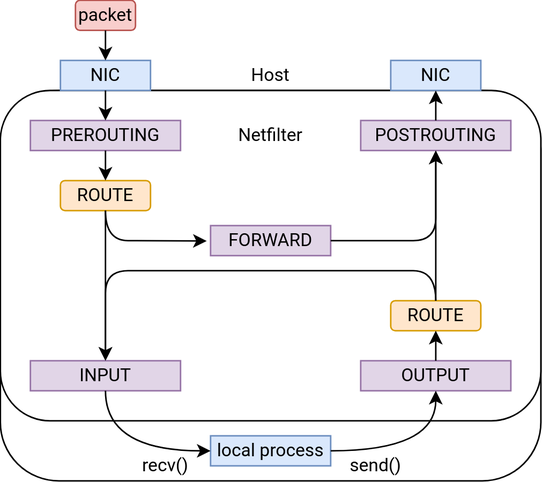
The draw.io diagram docs/images/netfilter-host-view.svg in ustclug/Linux201-docs, before a commit. Source tidied: cells renumbered, new cells last; positions are measured from the earlier drawing's top-left corner, leaving out a move shared by most shapes. Its diagram source:
```xml
<mxGraphModel>
  <root>
    <mxCell id="0" />
    <mxCell id="1" parent="0" />
    <mxCell id="2" style="rounded=1;whiteSpace=wrap;html=1;strokeColor=default;align=center;verticalAlign=middle;fontFamily=Roboto;fontSize=12;fontColor=default;fillColor=default;" parent="1" vertex="1">
      <mxGeometry y="60" width="360" height="260" as="geometry" />
    </mxCell>
    <mxCell id="3" style="rounded=1;whiteSpace=wrap;html=1;strokeColor=default;align=center;verticalAlign=middle;fontFamily=Roboto;fontSize=12;fontColor=default;fillColor=default;" parent="1" vertex="1">
      <mxGeometry y="60" width="360" height="220" as="geometry" />
    </mxCell>
    <mxCell id="4" value="PREROUTING" style="rounded=0;whiteSpace=wrap;html=1;fontFamily=Roboto;fillColor=#e1d5e7;strokeColor=#9673a6;" parent="1" vertex="1">
      <mxGeometry x="20" y="80" width="100" height="20" as="geometry" />
    </mxCell>
    <mxCell id="5" value="INPUT" style="rounded=0;whiteSpace=wrap;html=1;fontFamily=Roboto;fillColor=#e1d5e7;strokeColor=#9673a6;" parent="1" vertex="1">
      <mxGeometry x="20" y="240" width="100" height="20" as="geometry" />
    </mxCell>
    <mxCell id="6" value="OUTPUT" style="rounded=0;whiteSpace=wrap;html=1;fontFamily=Roboto;fillColor=#e1d5e7;strokeColor=#9673a6;" parent="1" vertex="1">
      <mxGeometry x="240" y="240" width="100" height="20" as="geometry" />
    </mxCell>
    <mxCell id="7" value="POSTROUTING" style="rounded=0;whiteSpace=wrap;html=1;fontFamily=Roboto;fillColor=#e1d5e7;strokeColor=#9673a6;" parent="1" vertex="1">
      <mxGeometry x="240" y="80" width="100" height="20" as="geometry" />
    </mxCell>
    <mxCell id="8" value="FORWARD" style="rounded=0;whiteSpace=wrap;html=1;fontFamily=Roboto;fillColor=#e1d5e7;strokeColor=#9673a6;" parent="1" vertex="1">
      <mxGeometry x="140" y="150" width="80" height="20" as="geometry" />
    </mxCell>
    <mxCell id="9" value="ROUTE" style="rounded=1;whiteSpace=wrap;html=1;fontFamily=Roboto;fillColor=#ffe6cc;strokeColor=#d79b00;" parent="1" vertex="1">
      <mxGeometry x="40" y="120" width="60" height="20" as="geometry" />
    </mxCell>
    <mxCell id="10" value="ROUTE" style="rounded=1;whiteSpace=wrap;html=1;fontFamily=Roboto;fillColor=#ffe6cc;strokeColor=#d79b00;" parent="1" vertex="1">
      <mxGeometry x="260" y="200" width="60" height="20" as="geometry" />
    </mxCell>
    <mxCell id="11" style="endArrow=classic;html=1;rounded=0;fontFamily=Roboto;fontSize=12;fontColor=default;exitX=0.5;exitY=1;exitDx=0;exitDy=0;entryX=0.5;entryY=0;entryDx=0;entryDy=0;" parent="1" edge="1" source="4" target="9">
      <mxGeometry relative="1" as="geometry" />
    </mxCell>
    <mxCell id="12" style="endArrow=classic;html=1;rounded=0;fontFamily=Roboto;fontSize=12;fontColor=default;exitX=0.5;exitY=1;exitDx=0;exitDy=0;entryX=0.5;entryY=0;entryDx=0;entryDy=0;" parent="1" edge="1" source="9" target="5">
      <mxGeometry relative="1" as="geometry" />
    </mxCell>
    <mxCell id="13" style="endArrow=classic;html=1;rounded=0;fontFamily=Roboto;fontSize=12;fontColor=default;exitX=0.5;exitY=0;exitDx=0;exitDy=0;entryX=0.5;entryY=1;entryDx=0;entryDy=0;" parent="1" edge="1" source="6" target="10">
      <mxGeometry relative="1" as="geometry" />
    </mxCell>
    <mxCell id="14" style="endArrow=classic;html=1;rounded=0;fontFamily=Roboto;fontSize=12;fontColor=default;entryX=0.5;entryY=1;entryDx=0;entryDy=0;exitX=0.5;exitY=0;exitDx=0;exitDy=0;" parent="1" edge="1" source="10" target="7">
      <mxGeometry relative="1" as="geometry" />
    </mxCell>
    <mxCell id="15" style="curved=1;endArrow=classic;html=1;rounded=0;fontFamily=Roboto;fontSize=12;fontColor=default;exitX=0.5;exitY=1;exitDx=0;exitDy=0;entryX=-0.032;entryY=0.513;entryDx=0;entryDy=0;entryPerimeter=0;" parent="1" edge="1" source="9" target="8">
      <mxGeometry relative="1" as="geometry">
        <Array as="points">
          <mxPoint x="70" y="160" />
          <mxPoint x="100" y="160" />
        </Array>
      </mxGeometry>
    </mxCell>
    <mxCell id="16" style="curved=1;endArrow=classic;html=1;rounded=0;fontFamily=Roboto;fontSize=12;fontColor=default;exitX=1;exitY=0.5;exitDx=0;exitDy=0;entryX=0.5;entryY=1;entryDx=0;entryDy=0;" parent="1" edge="1" source="8" target="7">
      <mxGeometry relative="1" as="geometry">
        <Array as="points">
          <mxPoint x="260" y="160" />
          <mxPoint x="290" y="160" />
          <mxPoint x="290" y="130" />
        </Array>
      </mxGeometry>
    </mxCell>
    <mxCell id="17" value="local process" style="rounded=0;whiteSpace=wrap;html=1;strokeColor=#6c8ebf;align=center;verticalAlign=middle;fontFamily=Roboto;fontSize=12;fillColor=#dae8fc;" parent="1" vertex="1">
      <mxGeometry x="140" y="290" width="80" height="20" as="geometry" />
    </mxCell>
    <mxCell id="18" style="curved=1;endArrow=classic;html=1;rounded=0;fontFamily=Roboto;fontSize=12;fontColor=default;entryX=0;entryY=0.5;entryDx=0;entryDy=0;exitX=0.5;exitY=1;exitDx=0;exitDy=0;" parent="1" edge="1" source="5" target="17">
      <mxGeometry relative="1" as="geometry">
        <Array as="points">
          <mxPoint x="70" y="300" />
        </Array>
      </mxGeometry>
    </mxCell>
    <mxCell id="19" style="curved=1;endArrow=classic;html=1;rounded=0;fontFamily=Roboto;fontSize=12;fontColor=default;exitX=1;exitY=0.5;exitDx=0;exitDy=0;entryX=0.5;entryY=1;entryDx=0;entryDy=0;" parent="1" edge="1" source="17" target="6">
      <mxGeometry relative="1" as="geometry">
        <Array as="points">
          <mxPoint x="290" y="300" />
        </Array>
      </mxGeometry>
    </mxCell>
    <mxCell id="20" value="send()" style="text;html=1;whiteSpace=wrap;strokeColor=none;fillColor=none;align=center;verticalAlign=middle;rounded=0;fontFamily=Roboto;fontSize=12;fontColor=default;" parent="1" vertex="1">
      <mxGeometry x="230" y="300" width="40" height="20" as="geometry" />
    </mxCell>
    <mxCell id="21" value="recv()" style="text;html=1;whiteSpace=wrap;strokeColor=none;fillColor=none;align=center;verticalAlign=middle;rounded=0;fontFamily=Roboto;fontSize=12;fontColor=default;" parent="1" vertex="1">
      <mxGeometry x="90" y="300" width="40" height="20" as="geometry" />
    </mxCell>
    <mxCell id="22" value="packet" style="rounded=1;whiteSpace=wrap;html=1;strokeColor=#b85450;align=center;verticalAlign=middle;fontFamily=Roboto;fontSize=12;fillColor=#f8cecc;" parent="1" vertex="1">
      <mxGeometry x="50" width="40" height="20" as="geometry" />
    </mxCell>
    <mxCell id="23" value="NIC" style="rounded=0;whiteSpace=wrap;html=1;strokeColor=#6c8ebf;align=center;verticalAlign=middle;fontFamily=Roboto;fontSize=12;fillColor=#dae8fc;" parent="1" vertex="1">
      <mxGeometry x="40" y="40" width="60" height="20" as="geometry" />
    </mxCell>
    <mxCell id="24" value="NIC" style="rounded=0;whiteSpace=wrap;html=1;strokeColor=#6c8ebf;align=center;verticalAlign=middle;fontFamily=Roboto;fontSize=12;fillColor=#dae8fc;" parent="1" vertex="1">
      <mxGeometry x="260" y="40" width="60" height="20" as="geometry" />
    </mxCell>
    <mxCell id="25" style="endArrow=classic;html=1;rounded=0;fontFamily=Roboto;fontSize=12;fontColor=default;exitX=0.5;exitY=1;exitDx=0;exitDy=0;entryX=0.5;entryY=0;entryDx=0;entryDy=0;" parent="1" edge="1" source="23" target="4">
      <mxGeometry relative="1" as="geometry" />
    </mxCell>
    <mxCell id="26" style="endArrow=classic;html=1;rounded=0;fontFamily=Roboto;fontSize=12;fontColor=default;exitX=0.5;exitY=0;exitDx=0;exitDy=0;entryX=0.5;entryY=1;entryDx=0;entryDy=0;" parent="1" edge="1" source="7" target="24">
      <mxGeometry relative="1" as="geometry" />
    </mxCell>
    <mxCell id="27" style="endArrow=classic;html=1;rounded=0;fontFamily=Roboto;fontSize=12;fontColor=default;exitX=0.5;exitY=1;exitDx=0;exitDy=0;entryX=0.5;entryY=0;entryDx=0;entryDy=0;" parent="1" edge="1" source="22" target="23">
      <mxGeometry relative="1" as="geometry" />
    </mxCell>
    <mxCell id="28" value="Netfilter" style="text;html=1;whiteSpace=wrap;strokeColor=none;fillColor=none;align=center;verticalAlign=middle;rounded=0;fontFamily=Roboto;fontSize=12;fontColor=default;" parent="1" vertex="1">
      <mxGeometry x="150" y="80" width="60" height="20" as="geometry" />
    </mxCell>
    <mxCell id="29" value="Host" style="text;html=1;whiteSpace=wrap;strokeColor=none;fillColor=none;align=center;verticalAlign=middle;rounded=0;fontFamily=Roboto;fontSize=12;fontColor=default;" parent="1" vertex="1">
      <mxGeometry x="150" y="40" width="60" height="20" as="geometry" />
    </mxCell>
    <mxCell id="30" style="curved=1;endArrow=classic;html=1;rounded=0;exitX=0.5;exitY=0;exitDx=0;exitDy=0;entryX=0.5;entryY=0;entryDx=0;entryDy=0;" parent="1" edge="1" source="10" target="5">
      <mxGeometry relative="1" as="geometry">
        <Array as="points">
          <mxPoint x="290" y="180" />
          <mxPoint x="260" y="180" />
          <mxPoint x="100" y="180" />
          <mxPoint x="70" y="180" />
          <mxPoint x="70" y="210" />
        </Array>
      </mxGeometry>
    </mxCell>
  </root>
</mxGraphModel>
```
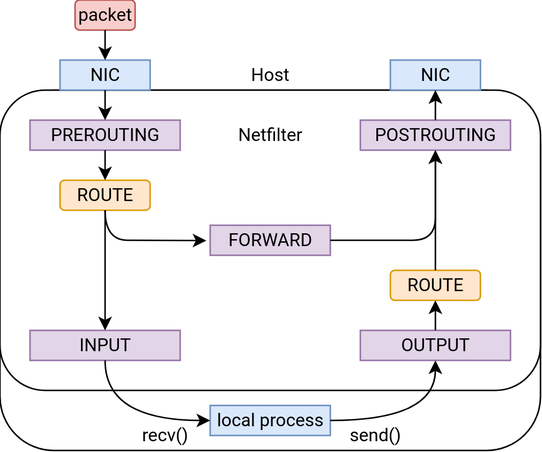
The same file after the commit.

The edit, as a diff of the source:
```diff
@@ -3,19 +3,19 @@
     <mxCell id="0" />
     <mxCell id="1" parent="0" />
     <mxCell id="2" style="rounded=1;whiteSpace=wrap;html=1;strokeColor=default;align=center;verticalAlign=middle;fontFamily=Roboto;fontSize=12;fontColor=default;fillColor=default;" parent="1" vertex="1">
-      <mxGeometry y="60" width="360" height="260" as="geometry" />
+      <mxGeometry y="60" width="360" height="240" as="geometry" />
     </mxCell>
     <mxCell id="3" style="rounded=1;whiteSpace=wrap;html=1;strokeColor=default;align=center;verticalAlign=middle;fontFamily=Roboto;fontSize=12;fontColor=default;fillColor=default;" parent="1" vertex="1">
-      <mxGeometry y="60" width="360" height="220" as="geometry" />
+      <mxGeometry y="60" width="360" height="200" as="geometry" />
     </mxCell>
     <mxCell id="4" value="PREROUTING" style="rounded=0;whiteSpace=wrap;html=1;fontFamily=Roboto;fillColor=#e1d5e7;strokeColor=#9673a6;" parent="1" vertex="1">
       <mxGeometry x="20" y="80" width="100" height="20" as="geometry" />
     </mxCell>
     <mxCell id="5" value="INPUT" style="rounded=0;whiteSpace=wrap;html=1;fontFamily=Roboto;fillColor=#e1d5e7;strokeColor=#9673a6;" parent="1" vertex="1">
-      <mxGeometry x="20" y="240" width="100" height="20" as="geometry" />
+      <mxGeometry x="20" y="220" width="100" height="20" as="geometry" />
     </mxCell>
     <mxCell id="6" value="OUTPUT" style="rounded=0;whiteSpace=wrap;html=1;fontFamily=Roboto;fillColor=#e1d5e7;strokeColor=#9673a6;" parent="1" vertex="1">
-      <mxGeometry x="240" y="240" width="100" height="20" as="geometry" />
+      <mxGeometry x="240" y="220" width="100" height="20" as="geometry" />
     </mxCell>
     <mxCell id="7" value="POSTROUTING" style="rounded=0;whiteSpace=wrap;html=1;fontFamily=Roboto;fillColor=#e1d5e7;strokeColor=#9673a6;" parent="1" vertex="1">
       <mxGeometry x="240" y="80" width="100" height="20" as="geometry" />
@@ -27,7 +27,7 @@
       <mxGeometry x="40" y="120" width="60" height="20" as="geometry" />
     </mxCell>
     <mxCell id="10" value="ROUTE" style="rounded=1;whiteSpace=wrap;html=1;fontFamily=Roboto;fillColor=#ffe6cc;strokeColor=#d79b00;" parent="1" vertex="1">
-      <mxGeometry x="260" y="200" width="60" height="20" as="geometry" />
+      <mxGeometry x="260" y="180" width="60" height="20" as="geometry" />
     </mxCell>
     <mxCell id="11" style="endArrow=classic;html=1;rounded=0;fontFamily=Roboto;fontSize=12;fontColor=default;exitX=0.5;exitY=1;exitDx=0;exitDy=0;entryX=0.5;entryY=0;entryDx=0;entryDy=0;" parent="1" edge="1" source="4" target="9">
       <mxGeometry relative="1" as="geometry" />
@@ -59,27 +59,27 @@
       </mxGeometry>
     </mxCell>
     <mxCell id="17" value="local process" style="rounded=0;whiteSpace=wrap;html=1;strokeColor=#6c8ebf;align=center;verticalAlign=middle;fontFamily=Roboto;fontSize=12;fillColor=#dae8fc;" parent="1" vertex="1">
-      <mxGeometry x="140" y="290" width="80" height="20" as="geometry" />
+      <mxGeometry x="140" y="270" width="80" height="20" as="geometry" />
     </mxCell>
     <mxCell id="18" style="curved=1;endArrow=classic;html=1;rounded=0;fontFamily=Roboto;fontSize=12;fontColor=default;entryX=0;entryY=0.5;entryDx=0;entryDy=0;exitX=0.5;exitY=1;exitDx=0;exitDy=0;" parent="1" edge="1" source="5" target="17">
       <mxGeometry relative="1" as="geometry">
         <Array as="points">
-          <mxPoint x="70" y="300" />
+          <mxPoint x="70" y="280" />
         </Array>
       </mxGeometry>
     </mxCell>
     <mxCell id="19" style="curved=1;endArrow=classic;html=1;rounded=0;fontFamily=Roboto;fontSize=12;fontColor=default;exitX=1;exitY=0.5;exitDx=0;exitDy=0;entryX=0.5;entryY=1;entryDx=0;entryDy=0;" parent="1" edge="1" source="17" target="6">
       <mxGeometry relative="1" as="geometry">
         <Array as="points">
-          <mxPoint x="290" y="300" />
+          <mxPoint x="290" y="280" />
         </Array>
       </mxGeometry>
     </mxCell>
     <mxCell id="20" value="send()" style="text;html=1;whiteSpace=wrap;strokeColor=none;fillColor=none;align=center;verticalAlign=middle;rounded=0;fontFamily=Roboto;fontSize=12;fontColor=default;" parent="1" vertex="1">
-      <mxGeometry x="230" y="300" width="40" height="20" as="geometry" />
+      <mxGeometry x="230" y="280" width="40" height="20" as="geometry" />
     </mxCell>
     <mxCell id="21" value="recv()" style="text;html=1;whiteSpace=wrap;strokeColor=none;fillColor=none;align=center;verticalAlign=middle;rounded=0;fontFamily=Roboto;fontSize=12;fontColor=default;" parent="1" vertex="1">
-      <mxGeometry x="90" y="300" width="40" height="20" as="geometry" />
+      <mxGeometry x="90" y="280" width="40" height="20" as="geometry" />
     </mxCell>
     <mxCell id="22" value="packet" style="rounded=1;whiteSpace=wrap;html=1;strokeColor=#b85450;align=center;verticalAlign=middle;fontFamily=Roboto;fontSize=12;fillColor=#f8cecc;" parent="1" vertex="1">
       <mxGeometry x="50" width="40" height="20" as="geometry" />
@@ -105,16 +105,5 @@
     <mxCell id="29" value="Host" style="text;html=1;whiteSpace=wrap;strokeColor=none;fillColor=none;align=center;verticalAlign=middle;rounded=0;fontFamily=Roboto;fontSize=12;fontColor=default;" parent="1" vertex="1">
       <mxGeometry x="150" y="40" width="60" height="20" as="geometry" />
     </mxCell>
-    <mxCell id="30" style="curved=1;endArrow=classic;html=1;rounded=0;exitX=0.5;exitY=0;exitDx=0;exitDy=0;entryX=0.5;entryY=0;entryDx=0;entryDy=0;" parent="1" edge="1" source="10" target="5">
-      <mxGeometry relative="1" as="geometry">
-        <Array as="points">
-          <mxPoint x="290" y="180" />
-          <mxPoint x="260" y="180" />
-          <mxPoint x="100" y="180" />
-          <mxPoint x="70" y="180" />
-          <mxPoint x="70" y="210" />
-        </Array>
-      </mxGeometry>
-    </mxCell>
   </root>
 </mxGraphModel>
```
